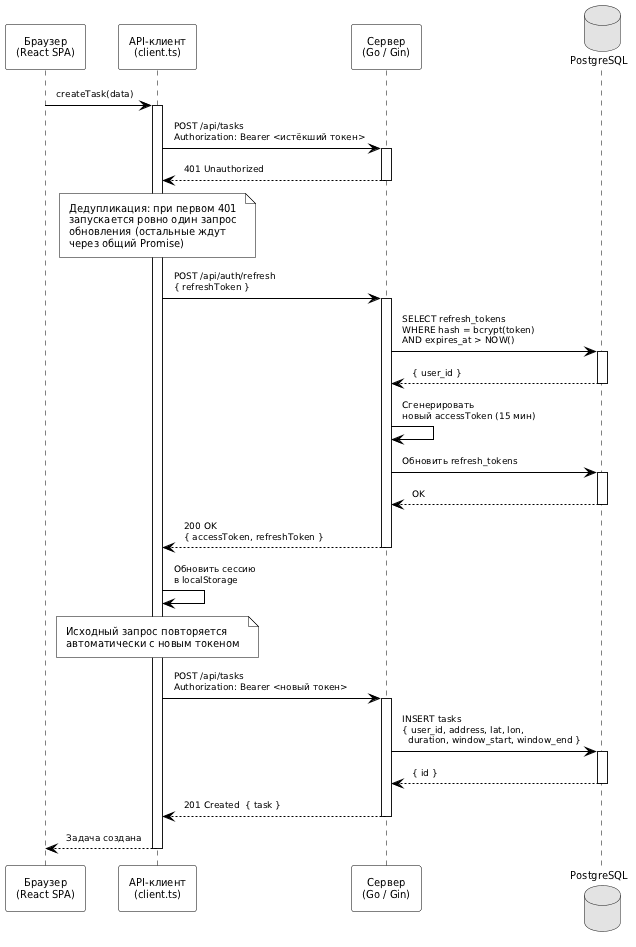
The PlantUML diagram Диплом Latex/images/auth_sequence_refresh.png in Tyutichkin/diploma, before a commit.
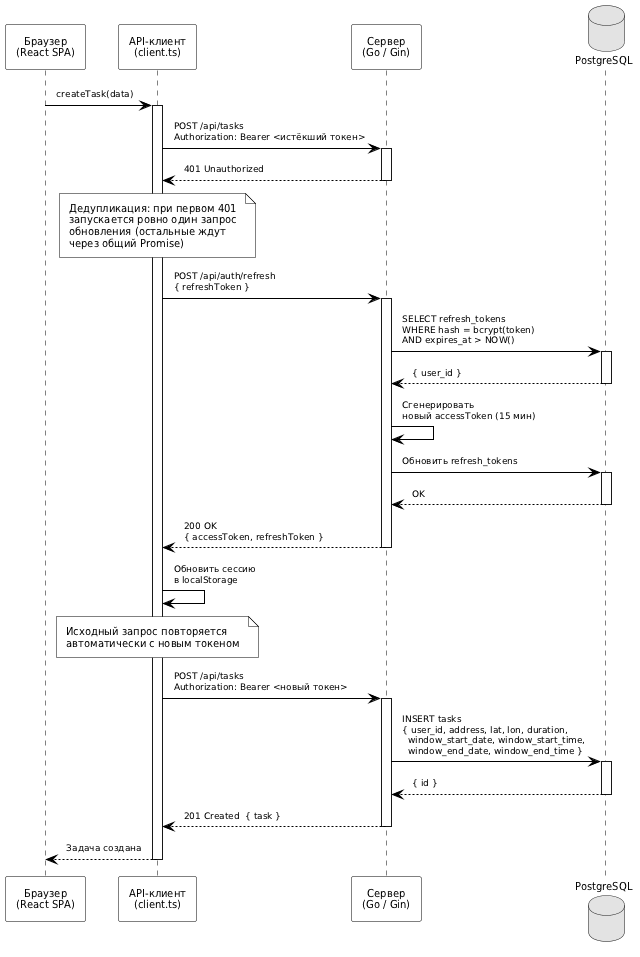
After the change.

Change to the diagram source:
```diff
@@ -61,7 +61,7 @@
 Client -> Server : POST /api/tasks\nAuthorization: Bearer <новый токен>
 activate Server
 
-Server -> DB : INSERT tasks\n{ user_id, address, lat, lon,\n  duration, window_start, window_end }
+Server -> DB : INSERT tasks\n{ user_id, address, lat, lon, duration,\n  window_start_date, window_start_time,\n  window_end_date, window_end_time }
 activate DB
 DB --> Server : { id }
 deactivate DB
```
